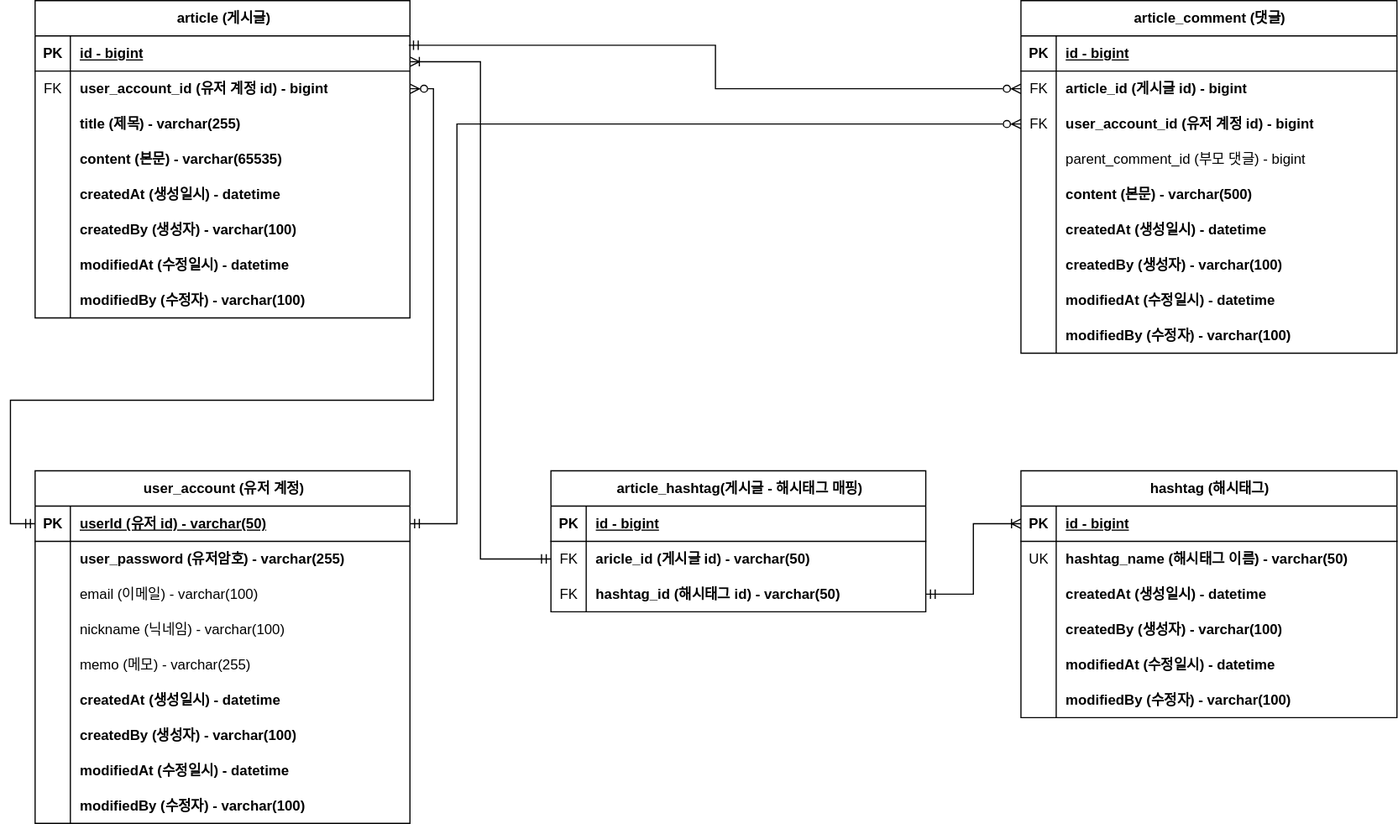
Above: document/project-board-erd.svg in peg5325/spring-board (draw.io), before the change. Source tidied: cells renumbered, new cells last; positions are measured from the earlier drawing's top-left corner, leaving out a move shared by most shapes.
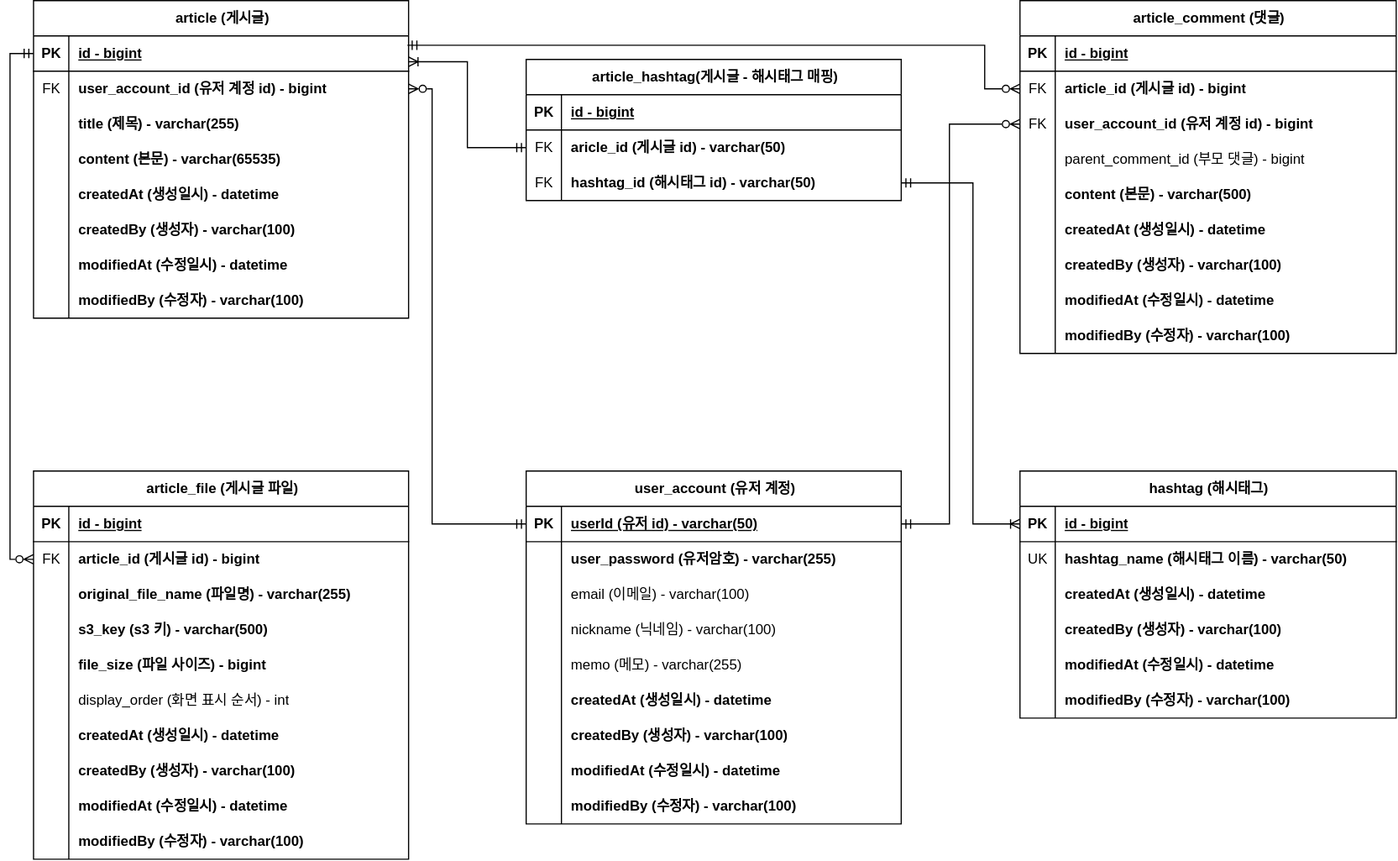
Above is the later version.

Commit message:
#71 - project-board-erd.svg 업데이트: 게시글 파일

Change to the diagram source:
```diff
@@ -162,10 +162,15 @@
       <mxGeometry x="30" width="290" height="30" as="geometry" />
     </mxCell>
     <mxCell id="55" style="rounded=0;jettySize=auto;html=1;exitX=0.997;exitY=0.267;exitDx=0;exitDy=0;entryX=0;entryY=0.5;entryDx=0;entryDy=0;endArrow=ERzeroToMany;endFill=0;startArrow=ERmandOne;startFill=0;edgeStyle=orthogonalEdgeStyle;elbow=vertical;exitPerimeter=0;" parent="1" edge="1" source="3" target="31">
-      <mxGeometry relative="1" as="geometry" />
+      <mxGeometry relative="1" as="geometry">
+        <Array as="points">
+          <mxPoint x="830" y="38" />
+          <mxPoint x="830" y="75" />
+        </Array>
+      </mxGeometry>
     </mxCell>
     <mxCell id="56" value="user_account (유저 계정)" style="shape=table;startSize=30;rowLines=0;fontStyle=1;align=center;html=1;" parent="1" vertex="1">
-      <mxGeometry x="21" y="400" width="319" height="300" as="geometry" />
+      <mxGeometry x="440" y="400" width="319" height="300" as="geometry" />
     </mxCell>
     <mxCell id="57" style="shape=tableRow;horizontal=0;startSize=0;swimlaneHead=0;swimlaneBody=0;fillColor=none;points=[[0,0.5],[1,0.5]];portConstraint=eastwest;top=0;left=0;right=0;bottom=1;" parent="56" vertex="1">
       <mxGeometry y="30" width="319" height="30" as="geometry" />
@@ -251,9 +256,7 @@
     <mxCell id="84" style="edgeStyle=orthogonalEdgeStyle;rounded=0;jettySize=auto;html=1;exitX=0;exitY=0.5;exitDx=0;exitDy=0;entryX=1;entryY=0.5;entryDx=0;entryDy=0;startArrow=ERmandOne;startFill=0;endArrow=ERzeroToMany;endFill=0;" parent="1" edge="1" source="57" target="6">
       <mxGeometry relative="1" as="geometry">
         <Array as="points">
-          <mxPoint y="445" />
-          <mxPoint y="340" />
-          <mxPoint x="360" y="340" />
+          <mxPoint x="360" y="445" />
           <mxPoint x="360" y="75" />
         </Array>
       </mxGeometry>
@@ -261,13 +264,13 @@
     <mxCell id="85" style="edgeStyle=orthogonalEdgeStyle;rounded=0;jettySize=auto;html=1;entryX=0;entryY=0.5;entryDx=0;entryDy=0;startArrow=ERmandOne;startFill=0;endArrow=ERzeroToMany;endFill=0;exitX=1;exitY=0.5;exitDx=0;exitDy=0;" parent="1" edge="1" source="57" target="34">
       <mxGeometry relative="1" as="geometry">
         <Array as="points">
-          <mxPoint x="380" y="445" />
-          <mxPoint x="380" y="105" />
+          <mxPoint x="800" y="445" />
+          <mxPoint x="800" y="105" />
         </Array>
       </mxGeometry>
     </mxCell>
     <mxCell id="86" value="article_hashtag(게시글 - 해시태그 매핑)" style="shape=table;startSize=30;rowLines=0;fontStyle=1;align=center;html=1;" parent="1" vertex="1">
-      <mxGeometry x="460" y="400" width="319" height="120" as="geometry" />
+      <mxGeometry x="440" y="50" width="319" height="120" as="geometry" />
     </mxCell>
     <mxCell id="87" style="shape=tableRow;horizontal=0;startSize=0;swimlaneHead=0;swimlaneBody=0;fillColor=none;top=0;left=0;right=0;bottom=1;" parent="86" vertex="1">
       <mxGeometry y="30" width="319" height="30" as="geometry" />
@@ -354,10 +357,111 @@
       <mxGeometry x="30" width="290" height="30" as="geometry" />
     </mxCell>
     <mxCell id="115" style="edgeStyle=orthogonalEdgeStyle;rounded=0;jettySize=auto;html=1;exitX=1;exitY=0.5;exitDx=0;exitDy=0;entryX=0;entryY=0.5;entryDx=0;entryDy=0;endArrow=ERoneToMany;endFill=0;startArrow=ERmandOne;startFill=0;" parent="1" edge="1" source="93" target="97">
-      <mxGeometry relative="1" as="geometry" />
+      <mxGeometry relative="1" as="geometry">
+        <Array as="points">
+          <mxPoint x="820" y="155" />
+          <mxPoint x="820" y="445" />
+        </Array>
+      </mxGeometry>
     </mxCell>
     <mxCell id="116" style="edgeStyle=orthogonalEdgeStyle;rounded=0;jettySize=auto;html=1;exitX=0;exitY=0.5;exitDx=0;exitDy=0;entryX=1;entryY=0.733;entryDx=0;entryDy=0;entryPerimeter=0;endArrow=ERoneToMany;endFill=0;startArrow=ERmandOne;startFill=0;" parent="1" edge="1" source="90" target="3">
       <mxGeometry relative="1" as="geometry" />
     </mxCell>
+    <mxCell id="117" value="article_file (게시글 파일)" style="shape=table;startSize=30;rowLines=0;fontStyle=1;align=center;html=1;" parent="1" vertex="1">
+      <mxGeometry x="21" y="400" width="319" height="330" as="geometry" />
+    </mxCell>
+    <mxCell id="118" style="shape=tableRow;horizontal=0;startSize=0;swimlaneHead=0;swimlaneBody=0;fillColor=none;top=0;left=0;right=0;bottom=1;" parent="117" vertex="1">
+      <mxGeometry y="30" width="319" height="30" as="geometry" />
+    </mxCell>
+    <mxCell id="119" value="PK" style="shape=partialRectangle;fillColor=none;top=0;left=0;bottom=0;right=0;fontStyle=1;overflow=hidden;whiteSpace=wrap;html=1;" parent="118" vertex="1">
+      <mxGeometry width="30" height="30" as="geometry" />
+    </mxCell>
+    <mxCell id="120" value="id - bigint" style="shape=partialRectangle;fillColor=none;top=0;left=0;bottom=0;right=0;align=left;spacingLeft=6;fontStyle=5;overflow=hidden;whiteSpace=wrap;html=1;" parent="118" vertex="1">
+      <mxGeometry x="30" width="289" height="30" as="geometry" />
+    </mxCell>
+    <mxCell id="121" style="shape=tableRow;horizontal=0;startSize=0;swimlaneHead=0;swimlaneBody=0;fillColor=none;points=[[0,0.5],[1,0.5]];portConstraint=eastwest;top=0;left=0;right=0;bottom=0;" parent="117" vertex="1">
+      <mxGeometry y="60" width="319" height="30" as="geometry" />
+    </mxCell>
+    <mxCell id="122" value="FK" style="shape=partialRectangle;fillColor=none;top=0;left=0;bottom=0;right=0;overflow=hidden;whiteSpace=wrap;html=1;" parent="121" vertex="1">
+      <mxGeometry width="30" height="30" as="geometry" />
+    </mxCell>
+    <mxCell id="123" value="article_id (게시글&lt;span style=&quot;background-color: transparent; color: light-dark(rgb(0, 0, 0), rgb(255, 255, 255));&quot;&gt;&amp;nbsp;id) - bigint&lt;/span&gt;" style="shape=partialRectangle;fillColor=none;top=0;left=0;bottom=0;right=0;align=left;spacingLeft=6;overflow=hidden;whiteSpace=wrap;html=1;fontStyle=1;" parent="121" vertex="1">
+      <mxGeometry x="30" width="289" height="30" as="geometry" />
+    </mxCell>
+    <mxCell id="124" style="shape=tableRow;horizontal=0;startSize=0;swimlaneHead=0;swimlaneBody=0;fillColor=none;top=0;left=0;right=0;bottom=0;" parent="117" vertex="1">
+      <mxGeometry y="90" width="319" height="30" as="geometry" />
+    </mxCell>
+    <mxCell id="125" style="shape=partialRectangle;fillColor=none;top=0;left=0;bottom=0;right=0;overflow=hidden;whiteSpace=wrap;html=1;" parent="124" vertex="1">
+      <mxGeometry width="30" height="30" as="geometry" />
+    </mxCell>
+    <mxCell id="126" value="original_file_name (파일명) - varchar(255)" style="shape=partialRectangle;fillColor=none;top=0;left=0;bottom=0;right=0;align=left;spacingLeft=6;overflow=hidden;whiteSpace=wrap;html=1;fontStyle=1;" parent="124" vertex="1">
+      <mxGeometry x="30" width="289" height="30" as="geometry" />
+    </mxCell>
+    <mxCell id="127" style="shape=tableRow;horizontal=0;startSize=0;swimlaneHead=0;swimlaneBody=0;fillColor=none;top=0;left=0;right=0;bottom=0;" parent="117" vertex="1">
+      <mxGeometry y="120" width="319" height="30" as="geometry" />
+    </mxCell>
+    <mxCell id="128" style="shape=partialRectangle;fillColor=none;top=0;left=0;bottom=0;right=0;overflow=hidden;whiteSpace=wrap;html=1;" parent="127" vertex="1">
+      <mxGeometry width="30" height="30" as="geometry" />
+    </mxCell>
+    <mxCell id="129" value="s3_key (s3 키) - varchar(500)" style="shape=partialRectangle;fillColor=none;top=0;left=0;bottom=0;right=0;align=left;spacingLeft=6;overflow=hidden;whiteSpace=wrap;html=1;fontStyle=1;" parent="127" vertex="1">
+      <mxGeometry x="30" width="289" height="30" as="geometry" />
+    </mxCell>
+    <mxCell id="130" style="shape=tableRow;horizontal=0;startSize=0;swimlaneHead=0;swimlaneBody=0;fillColor=none;top=0;left=0;right=0;bottom=0;" parent="117" vertex="1">
+      <mxGeometry y="150" width="319" height="30" as="geometry" />
+    </mxCell>
+    <mxCell id="131" value="&lt;div&gt;&lt;br/&gt;&lt;/div&gt;" style="shape=partialRectangle;fillColor=none;top=0;left=0;bottom=0;right=0;overflow=hidden;whiteSpace=wrap;html=1;" parent="130" vertex="1">
+      <mxGeometry width="30" height="30" as="geometry" />
+    </mxCell>
+    <mxCell id="132" value="file_size (파일 사이즈) - bigint" style="shape=partialRectangle;fillColor=none;top=0;left=0;bottom=0;right=0;align=left;spacingLeft=6;overflow=hidden;whiteSpace=wrap;html=1;fontStyle=1;" parent="130" vertex="1">
+      <mxGeometry x="30" width="289" height="30" as="geometry" />
+    </mxCell>
+    <mxCell id="133" style="shape=tableRow;horizontal=0;startSize=0;swimlaneHead=0;swimlaneBody=0;fillColor=none;top=0;left=0;right=0;bottom=0;" parent="117" vertex="1">
+      <mxGeometry y="180" width="319" height="30" as="geometry" />
+    </mxCell>
+    <mxCell id="134" value="&lt;div&gt;&lt;br/&gt;&lt;/div&gt;" style="shape=partialRectangle;fillColor=none;top=0;left=0;bottom=0;right=0;overflow=hidden;whiteSpace=wrap;html=1;" parent="133" vertex="1">
+      <mxGeometry width="30" height="30" as="geometry" />
+    </mxCell>
+    <mxCell id="135" value="&lt;span style=&quot;font-weight: normal;&quot;&gt;display_order (화면 표시 순서) - int&lt;/span&gt;" style="shape=partialRectangle;fillColor=none;top=0;left=0;bottom=0;right=0;align=left;spacingLeft=6;overflow=hidden;whiteSpace=wrap;html=1;fontStyle=1;" parent="133" vertex="1">
+      <mxGeometry x="30" width="289" height="30" as="geometry" />
+    </mxCell>
+    <mxCell id="136" style="shape=tableRow;horizontal=0;startSize=0;swimlaneHead=0;swimlaneBody=0;fillColor=none;top=0;left=0;right=0;bottom=0;" parent="117" vertex="1">
+      <mxGeometry y="210" width="319" height="30" as="geometry" />
+    </mxCell>
+    <mxCell id="137" style="shape=partialRectangle;fillColor=none;top=0;left=0;bottom=0;right=0;overflow=hidden;whiteSpace=wrap;html=1;" parent="136" vertex="1">
+      <mxGeometry width="30" height="30" as="geometry" />
+    </mxCell>
+    <mxCell id="138" value="createdAt (생성일시) - datetime" style="shape=partialRectangle;fillColor=none;top=0;left=0;bottom=0;right=0;align=left;spacingLeft=6;overflow=hidden;whiteSpace=wrap;html=1;fontStyle=1;" parent="136" vertex="1">
+      <mxGeometry x="30" width="289" height="30" as="geometry" />
+    </mxCell>
+    <mxCell id="139" style="shape=tableRow;horizontal=0;startSize=0;swimlaneHead=0;swimlaneBody=0;fillColor=none;top=0;left=0;right=0;bottom=0;" parent="117" vertex="1">
+      <mxGeometry y="240" width="319" height="30" as="geometry" />
+    </mxCell>
+    <mxCell id="140" style="shape=partialRectangle;fillColor=none;top=0;left=0;bottom=0;right=0;overflow=hidden;whiteSpace=wrap;html=1;" parent="139" vertex="1">
+      <mxGeometry width="30" height="30" as="geometry" />
+    </mxCell>
+    <mxCell id="141" value="createdBy (생성자) - varchar(100)" style="shape=partialRectangle;fillColor=none;top=0;left=0;bottom=0;right=0;align=left;spacingLeft=6;overflow=hidden;whiteSpace=wrap;html=1;fontStyle=1;" parent="139" vertex="1">
+      <mxGeometry x="30" width="289" height="30" as="geometry" />
+    </mxCell>
+    <mxCell id="142" style="shape=tableRow;horizontal=0;startSize=0;swimlaneHead=0;swimlaneBody=0;fillColor=none;top=0;left=0;right=0;bottom=0;" parent="117" vertex="1">
+      <mxGeometry y="270" width="319" height="30" as="geometry" />
+    </mxCell>
+    <mxCell id="143" style="shape=partialRectangle;fillColor=none;top=0;left=0;bottom=0;right=0;overflow=hidden;whiteSpace=wrap;html=1;" parent="142" vertex="1">
+      <mxGeometry width="30" height="30" as="geometry" />
+    </mxCell>
+    <mxCell id="144" value="modifiedAt (수정일시) - datetime" style="shape=partialRectangle;fillColor=none;top=0;left=0;bottom=0;right=0;align=left;spacingLeft=6;overflow=hidden;whiteSpace=wrap;html=1;fontStyle=1;" parent="142" vertex="1">
+      <mxGeometry x="30" width="289" height="30" as="geometry" />
+    </mxCell>
+    <mxCell id="145" style="shape=tableRow;horizontal=0;startSize=0;swimlaneHead=0;swimlaneBody=0;fillColor=none;top=0;left=0;right=0;bottom=0;" parent="117" vertex="1">
+      <mxGeometry y="300" width="319" height="30" as="geometry" />
+    </mxCell>
+    <mxCell id="146" style="shape=partialRectangle;fillColor=none;top=0;left=0;bottom=0;right=0;overflow=hidden;whiteSpace=wrap;html=1;" parent="145" vertex="1">
+      <mxGeometry width="30" height="30" as="geometry" />
+    </mxCell>
+    <mxCell id="147" value="modifiedBy (수정자) - varchar(100)" style="shape=partialRectangle;fillColor=none;top=0;left=0;bottom=0;right=0;align=left;spacingLeft=6;overflow=hidden;whiteSpace=wrap;html=1;fontStyle=1;" parent="145" vertex="1">
+      <mxGeometry x="30" width="289" height="30" as="geometry" />
+    </mxCell>
+    <mxCell id="148" style="edgeStyle=orthogonalEdgeStyle;rounded=0;jettySize=auto;html=1;exitX=0;exitY=0.5;exitDx=0;exitDy=0;entryX=0;entryY=0.5;entryDx=0;entryDy=0;endArrow=ERzeroToMany;endFill=0;startArrow=ERmandOne;startFill=0;" parent="1" edge="1" source="3" target="121">
+      <mxGeometry relative="1" as="geometry" />
+    </mxCell>
   </root>
 </mxGraphModel>
```
